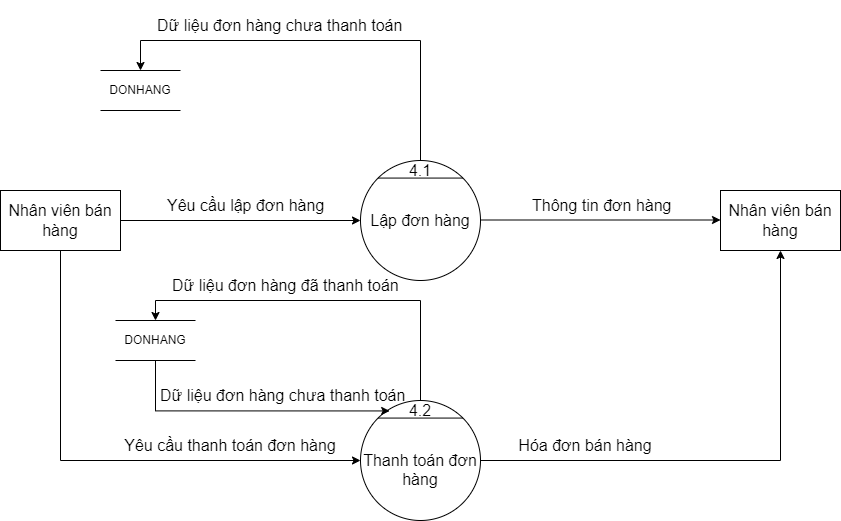
Earlier version of the draw.io export BFD&DFD/BFD&DFD mức 0, 1, 2, 3/DFD_1_Sell_Version_Final.png (hungtadasuke/CoffeShop_SoftwareTechnology). Source tidied: cells renumbered, new cells last; positions are measured from the earlier drawing's top-left corner, leaving out a move shared by most shapes.
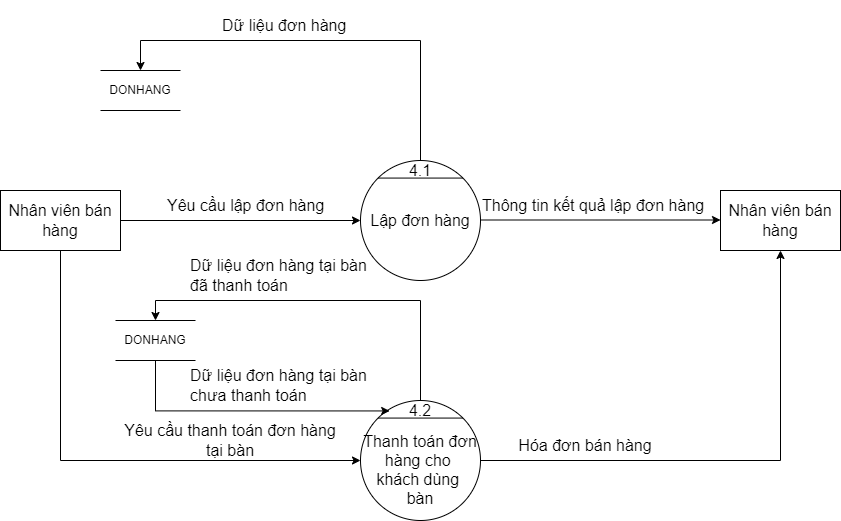
The same file after the commit.

What changed in the source:
```diff
@@ -14,7 +14,7 @@
     <mxCell id="5" value="4.1" style="text;html=1;strokeColor=none;fillColor=none;align=center;verticalAlign=middle;whiteSpace=wrap;rounded=0;fontSize=16;" parent="1" vertex="1">
       <mxGeometry x="400" y="160" width="40" height="20" as="geometry" />
     </mxCell>
-    <mxCell id="6" value="&lt;br&gt;Thanh toán đơn hàng" style="ellipse;whiteSpace=wrap;html=1;fontSize=16;" parent="1" vertex="1">
+    <mxCell id="6" value="&lt;br&gt;Thanh toán đơn hàng cho &lt;br&gt;khách dùng &lt;br&gt;bàn" style="ellipse;whiteSpace=wrap;html=1;fontSize=16;" parent="1" vertex="1">
       <mxGeometry x="360" y="400" width="120" height="120" as="geometry" />
     </mxCell>
     <mxCell id="7" style="endArrow=none;html=1;rounded=0;exitX=0;exitY=0;exitDx=0;exitDy=0;entryX=1;entryY=0;entryDx=0;entryDy=0;fontSize=16;" parent="1" edge="1" source="6" target="6">
@@ -41,8 +41,8 @@
     <mxCell id="13" value="Yêu cầu lập đơn hàng" style="text;html=1;strokeColor=none;fillColor=none;align=left;verticalAlign=middle;whiteSpace=wrap;rounded=0;fontSize=16;" parent="1" vertex="1">
       <mxGeometry x="165" y="190" width="240" height="30" as="geometry" />
     </mxCell>
-    <mxCell id="14" value="Thông tin đơn hàng" style="text;html=1;strokeColor=none;fillColor=none;align=left;verticalAlign=middle;whiteSpace=wrap;rounded=0;fontSize=16;" parent="1" vertex="1">
-      <mxGeometry x="530" y="180" width="210" height="50" as="geometry" />
+    <mxCell id="14" value="Thông tin kết quả lập đơn hàng" style="text;html=1;strokeColor=none;fillColor=none;align=left;verticalAlign=middle;whiteSpace=wrap;rounded=0;fontSize=16;" parent="1" vertex="1">
+      <mxGeometry x="480" y="180" width="230" height="50" as="geometry" />
     </mxCell>
     <mxCell id="15" style="edgeStyle=segmentEdgeStyle;endArrow=classic;html=1;rounded=0;exitX=0.5;exitY=0;exitDx=0;exitDy=0;entryX=0.5;entryY=0;entryDx=0;entryDy=0;" parent="1" edge="1" source="5" target="10">
       <mxGeometry relative="1" as="geometry">
@@ -52,8 +52,8 @@
         </Array>
       </mxGeometry>
     </mxCell>
-    <mxCell id="16" value="Dữ liệu đơn hàng chưa thanh toán" style="text;html=1;strokeColor=none;fillColor=none;align=left;verticalAlign=middle;whiteSpace=wrap;rounded=0;fontSize=16;" parent="1" vertex="1">
-      <mxGeometry x="155" width="260" height="50" as="geometry" />
+    <mxCell id="16" value="Dữ liệu đơn hàng" style="text;html=1;strokeColor=none;fillColor=none;align=left;verticalAlign=middle;whiteSpace=wrap;rounded=0;fontSize=16;" parent="1" vertex="1">
+      <mxGeometry x="220" width="260" height="50" as="geometry" />
     </mxCell>
     <mxCell id="17" style="edgeStyle=segmentEdgeStyle;endArrow=classic;html=1;rounded=0;exitX=0.5;exitY=1;exitDx=0;exitDy=0;entryX=0;entryY=0.5;entryDx=0;entryDy=0;" parent="1" edge="1" source="2" target="6">
       <mxGeometry relative="1" as="geometry">
@@ -62,8 +62,8 @@
         </Array>
       </mxGeometry>
     </mxCell>
-    <mxCell id="18" value="&lt;font style=&quot;font-size: 16px&quot;&gt;Yêu cầu thanh toán đơn hàng&lt;/font&gt;" style="text;html=1;strokeColor=none;fillColor=none;align=center;verticalAlign=middle;whiteSpace=wrap;rounded=0;" parent="1" vertex="1">
-      <mxGeometry x="115" y="430" width="230" height="30" as="geometry" />
+    <mxCell id="18" value="&lt;font style=&quot;font-size: 16px&quot;&gt;Yêu cầu thanh toán đơn hàng tại bàn&lt;/font&gt;" style="text;html=1;strokeColor=none;fillColor=none;align=center;verticalAlign=middle;whiteSpace=wrap;rounded=0;" parent="1" vertex="1">
+      <mxGeometry x="115" y="420" width="230" height="40" as="geometry" />
     </mxCell>
     <mxCell id="19" style="edgeStyle=segmentEdgeStyle;endArrow=classic;html=1;rounded=0;fontSize=16;exitX=1;exitY=0.5;exitDx=0;exitDy=0;entryX=0.5;entryY=1;entryDx=0;entryDy=0;" parent="1" edge="1" source="6" target="9">
       <mxGeometry relative="1" as="geometry" />
@@ -82,8 +82,8 @@
         </Array>
       </mxGeometry>
     </mxCell>
-    <mxCell id="23" value="Dữ liệu đơn hàng đã thanh toán" style="text;html=1;strokeColor=none;fillColor=none;align=left;verticalAlign=middle;whiteSpace=wrap;rounded=0;fontSize=16;" parent="1" vertex="1">
-      <mxGeometry x="170" y="260" width="245" height="50" as="geometry" />
+    <mxCell id="23" value="Dữ liệu đơn hàng tại bàn&lt;br&gt;đã thanh toán" style="text;html=1;strokeColor=none;fillColor=none;align=left;verticalAlign=middle;whiteSpace=wrap;rounded=0;fontSize=16;" parent="1" vertex="1">
+      <mxGeometry x="187.5" y="250" width="245" height="50" as="geometry" />
     </mxCell>
     <mxCell id="24" style="edgeStyle=segmentEdgeStyle;endArrow=classic;html=1;rounded=0;fontSize=16;exitX=0.5;exitY=1;exitDx=0;exitDy=0;entryX=0.243;entryY=0.087;entryDx=0;entryDy=0;entryPerimeter=0;" parent="1" edge="1" source="21" target="6">
       <mxGeometry relative="1" as="geometry">
@@ -92,8 +92,8 @@
         </Array>
       </mxGeometry>
     </mxCell>
-    <mxCell id="25" value="Dữ liệu đơn hàng chưa thanh toán" style="text;html=1;strokeColor=none;fillColor=none;align=left;verticalAlign=middle;whiteSpace=wrap;rounded=0;fontSize=16;" parent="1" vertex="1">
-      <mxGeometry x="157.5" y="370" width="252.5" height="50" as="geometry" />
+    <mxCell id="25" value="Dữ liệu đơn hàng tại bàn&lt;br&gt;chưa thanh toán" style="text;html=1;strokeColor=none;fillColor=none;align=left;verticalAlign=middle;whiteSpace=wrap;rounded=0;fontSize=16;" parent="1" vertex="1">
+      <mxGeometry x="187.5" y="360" width="252.5" height="50" as="geometry" />
     </mxCell>
   </root>
 </mxGraphModel>
```
